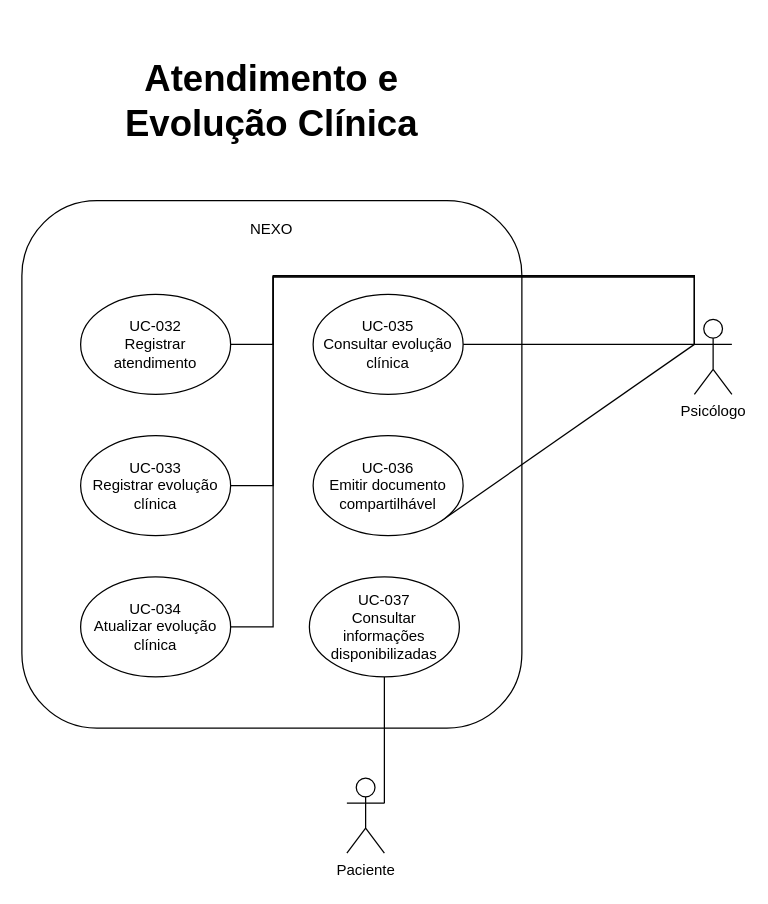
The draw.io diagram page "Página-6" (6 of 10) of diagramas/casos-de-uso/diagramas-casos-de-uso.drawio in devcaline/nexo-modelagem, before the edit. Source tidied: cells renumbered, new cells numbered last; positions are measured from the earlier drawing's top-left corner, leaving out a move shared by most shapes. Both pictures are drawn from the tidied source at 125%, with x=0, y=0 at pixel (21, 82).
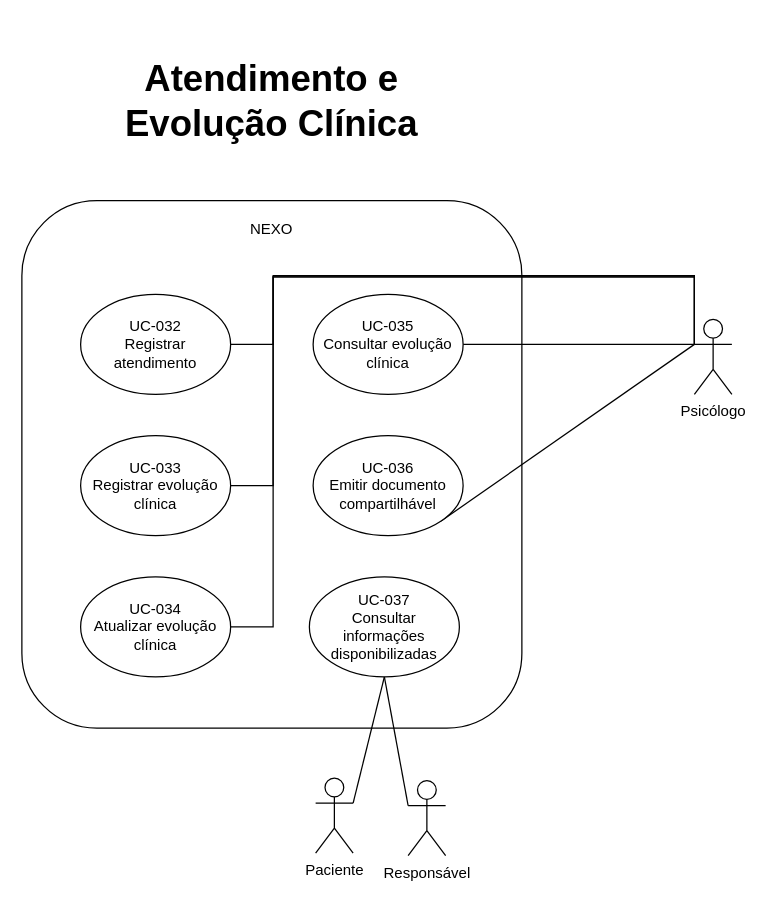
After the change.

Unchanged cells that the change refers to:
```xml
<mxCell id="14" value="UC-037&lt;br&gt;Consultar informações disponibilizadas" style="ellipse;whiteSpace=wrap;html=1;shapeInside=1;" parent="1" vertex="1">
  <mxGeometry x="230" y="395" width="120" height="80" as="geometry" />
</mxCell>
```

Diff of the diagram source:
```diff
@@
     <mxCell id="10" value="Paciente" style="shape=umlActor;verticalLabelPosition=bottom;verticalAlign=top;html=1;outlineConnect=0;" parent="1" vertex="1">
-      <mxGeometry x="260" y="556" width="30" height="60" as="geometry" />
+      <mxGeometry x="235" y="556" width="30" height="60" as="geometry" />
     </mxCell>
@@
+    <mxCell id="19" value="Responsável" style="shape=umlActor;verticalLabelPosition=bottom;verticalAlign=top;html=1;outlineConnect=0;" parent="1" vertex="1">
+      <mxGeometry x="309" y="558" width="30" height="60" as="geometry" />
+    </mxCell>
+    <mxCell id="20" style="edgeStyle=none;curved=1;rounded=0;curveGeometry=1;jettySize=auto;html=1;exitX=0;exitY=0.3333333333333333;exitDx=0;exitDy=0;exitPerimeter=0;entryX=0.5;entryY=1;entryDx=0;entryDy=0;fontSize=12;startSize=8;endSize=8;endArrow=none;endFill=0;" parent="1" edge="1" source="19" target="14">
+      <mxGeometry relative="1" as="geometry" />
+    </mxCell>
```
